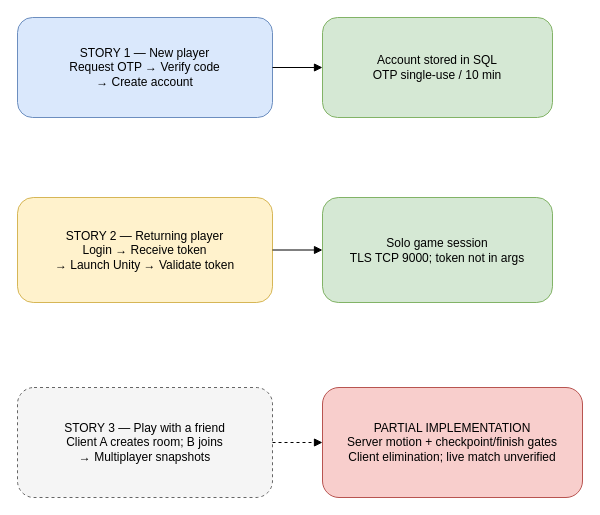
The draw.io diagram docs/diagrams/user-stories.drawio in thanhnhi8769-ctrl/DanToPhong, before the edit. Source tidied: cells renumbered, new cells numbered last; positions are measured from the earlier drawing's top-left corner, leaving out a move shared by most shapes. Both pictures are drawn from the tidied source at 100%, with x=0, y=0 at pixel (17, 17).
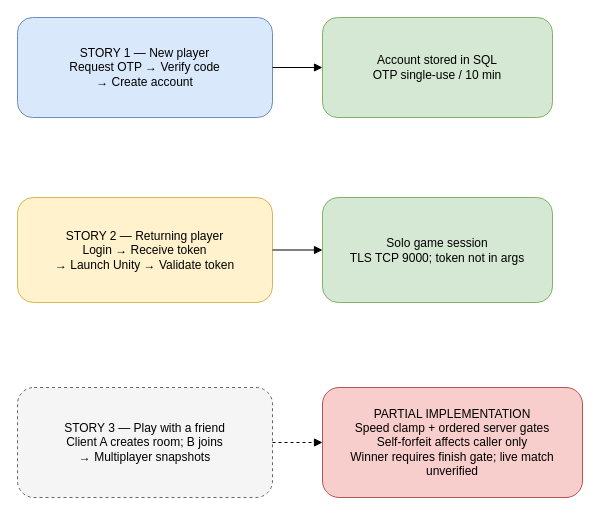
The same diagram, later.

The edit, as a diff of the source:
```diff
@@
 <mxGraphModel>
   <root>
     <mxCell id="0" />
     <mxCell id="1" parent="0" />
     <mxCell id="2" value="STORY 1 — New player&#10;Request OTP → Verify code&#10;→ Create account" style="rounded=1;whiteSpace=wrap;html=1;fillColor=#dae8fc;strokeColor=#6c8ebf;" parent="1" vertex="1">
       <mxGeometry width="255" height="100" as="geometry" />
     </mxCell>
     <mxCell id="3" value="Account stored in SQL&#10;OTP single-use / 10 min" style="rounded=1;whiteSpace=wrap;html=1;fillColor=#d5e8d4;strokeColor=#82b366;" parent="1" vertex="1">
       <mxGeometry x="305" width="230" height="100" as="geometry" />
     </mxCell>
     <mxCell id="4" value="STORY 2 — Returning player&#10;Login → Receive token&#10;→ Launch Unity → Validate token" style="rounded=1;whiteSpace=wrap;html=1;fillColor=#fff2cc;strokeColor=#d6b656;" parent="1" vertex="1">
       <mxGeometry y="180" width="255" height="105" as="geometry" />
     </mxCell>
     <mxCell id="5" value="Solo game session&#10;TLS TCP 9000; token not in args" style="rounded=1;whiteSpace=wrap;html=1;fillColor=#d5e8d4;strokeColor=#82b366;" parent="1" vertex="1">
       <mxGeometry x="305" y="180" width="230" height="105" as="geometry" />
     </mxCell>
     <mxCell id="6" value="STORY 3 — Play with a friend&#10;Client A creates room; B joins&#10;→ Multiplayer snapshots" style="rounded=1;whiteSpace=wrap;html=1;dashed=1;fillColor=#f5f5f5;strokeColor=#666666;" parent="1" vertex="1">
       <mxGeometry y="370" width="255" height="110" as="geometry" />
     </mxCell>
-    <mxCell id="7" value="PARTIAL IMPLEMENTATION&#10;Server motion + checkpoint/finish gates&#10;Client elimination; live match unverified" style="rounded=1;whiteSpace=wrap;html=1;fillColor=#f8cecc;strokeColor=#b85450;" parent="1" vertex="1">
+    <mxCell id="7" value="PARTIAL IMPLEMENTATION&#10;Speed clamp + ordered server gates&#10;Self-forfeit affects caller only&#10;Winner requires finish gate; live match unverified" style="rounded=1;whiteSpace=wrap;html=1;fillColor=#f8cecc;strokeColor=#b85450;" parent="1" vertex="1">
       <mxGeometry x="305" y="370" width="260" height="110" as="geometry" />
     </mxCell>
     <mxCell id="8" style="endArrow=block;html=1;" parent="1" edge="1" source="2" target="3">
       <mxGeometry relative="1" as="geometry" />
     </mxCell>
     <mxCell id="9" style="endArrow=block;html=1;" parent="1" edge="1" source="4" target="5">
       <mxGeometry relative="1" as="geometry" />
     </mxCell>
     <mxCell id="10" style="endArrow=block;html=1;dashed=1;" parent="1" edge="1" source="6" target="7">
       <mxGeometry relative="1" as="geometry" />
     </mxCell>
   </root>
 </mxGraphModel>
```
